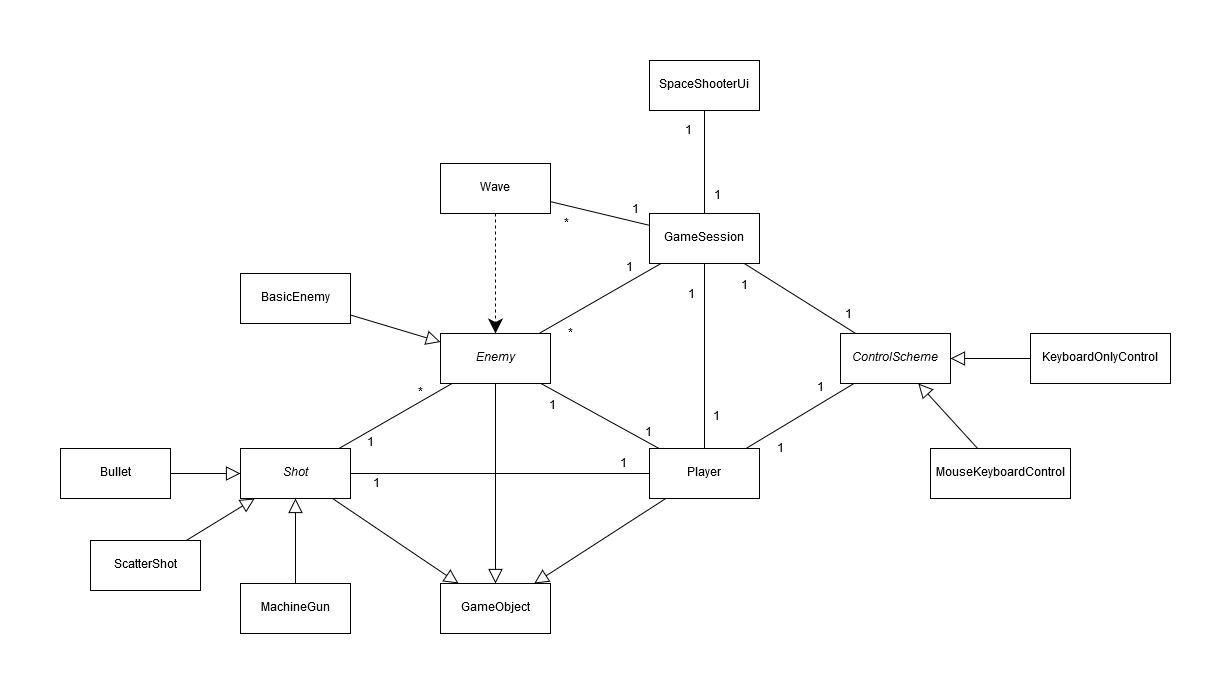
Above: dokumentaatio/kuvat/luokkakaavio.png in ikaevalko/ot-harjoitustyo (draw.io), before the change. Source tidied: cells renumbered, new cells last; positions are measured from the earlier drawing's top-left corner, leaving out a move shared by most shapes.
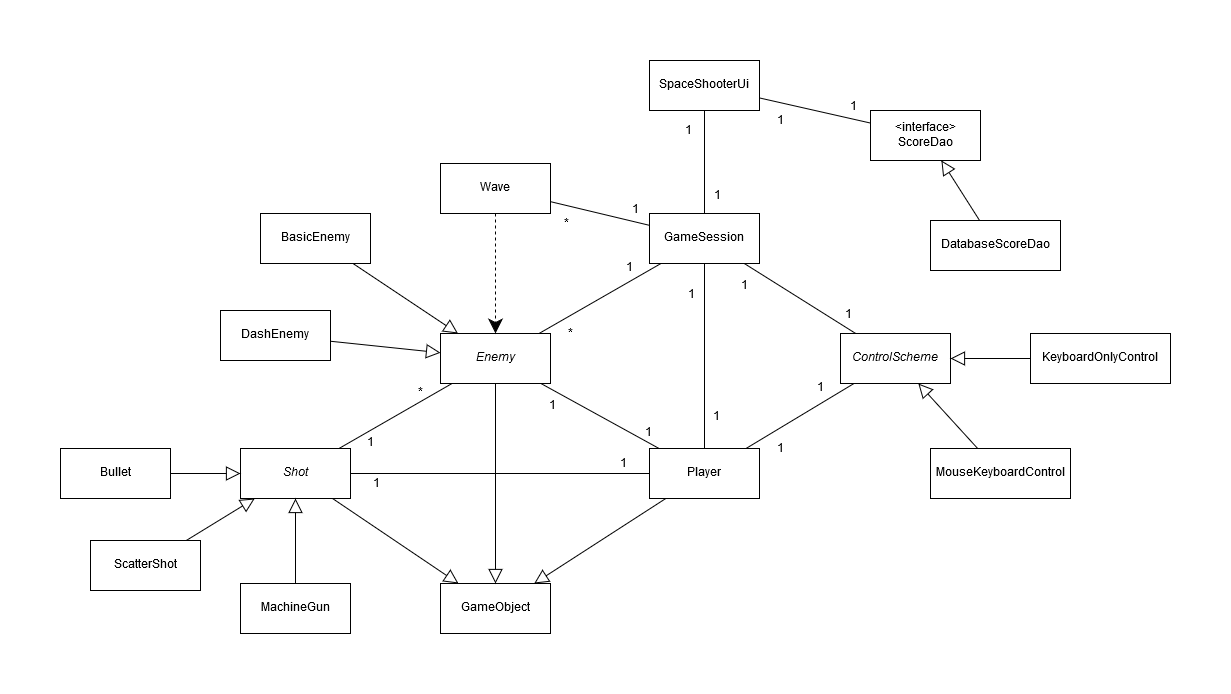
The same diagram one commit later.

Diff of the diagram source:
```diff
@@ -130,7 +130,7 @@
       <mxGeometry relative="1" as="geometry" />
     </mxCell>
     <mxCell id="35" value="&lt;div&gt;BasicEnemy&lt;/div&gt;" style="html=1;" parent="1" vertex="1">
-      <mxGeometry x="180" y="213" width="110" height="50" as="geometry" />
+      <mxGeometry x="200" y="153" width="110" height="50" as="geometry" />
     </mxCell>
     <mxCell id="36" style="edgeStyle=none;rounded=0;jettySize=auto;html=1;endArrow=block;endFill=0;endSize=12;" parent="1" edge="1" source="40" target="17">
       <mxGeometry relative="1" as="geometry" />
@@ -164,6 +164,19 @@
         <mxPoint x="-16" y="1" as="offset" />
       </mxGeometry>
     </mxCell>
+    <mxCell id="53" style="rounded=0;jettySize=auto;html=1;endArrow=none;endFill=0;" parent="1" edge="1" source="44" target="56">
+      <mxGeometry relative="1" as="geometry" />
+    </mxCell>
+    <mxCell id="54" value="1" style="text;html=1;align=center;verticalAlign=middle;labelBackgroundColor=#ffffff;" parent="53" vertex="1">
+      <mxGeometry x="-0.63" y="-3" relative="1" as="geometry">
+        <mxPoint x="1.2" y="15" as="offset" />
+      </mxGeometry>
+    </mxCell>
+    <mxCell id="55" value="1" style="text;html=1;align=center;verticalAlign=middle;labelBackgroundColor=#ffffff;" parent="53" vertex="1">
+      <mxGeometry x="0.49" y="-3" relative="1" as="geometry">
+        <mxPoint x="11.8" y="-12.1" as="offset" />
+      </mxGeometry>
+    </mxCell>
     <mxCell id="44" value="SpaceShooterUi" style="html=1;" parent="1" vertex="1">
       <mxGeometry x="589" width="110" height="50" as="geometry" />
     </mxCell>
@@ -191,5 +204,20 @@
     <mxCell id="52" value="MachineGun" style="html=1;" parent="1" vertex="1">
       <mxGeometry x="180" y="523" width="110" height="50" as="geometry" />
     </mxCell>
+    <mxCell id="56" value="&amp;lt;interface&amp;gt;&lt;br&gt;&lt;div&gt;ScoreDao&lt;/div&gt;" style="html=1;" parent="1" vertex="1">
+      <mxGeometry x="810" y="50" width="110" height="50" as="geometry" />
+    </mxCell>
+    <mxCell id="57" style="edgeStyle=none;rounded=0;jettySize=auto;html=1;endArrow=block;endFill=0;endSize=12;" parent="1" edge="1" source="58" target="33">
+      <mxGeometry relative="1" as="geometry" />
+    </mxCell>
+    <mxCell id="58" value="DashEnemy" style="html=1;" parent="1" vertex="1">
+      <mxGeometry x="160" y="250" width="110" height="50" as="geometry" />
+    </mxCell>
+    <mxCell id="59" style="edgeStyle=none;rounded=0;jettySize=auto;html=1;endArrow=block;endFill=0;endSize=12;" parent="1" edge="1" source="60" target="56">
+      <mxGeometry relative="1" as="geometry" />
+    </mxCell>
+    <mxCell id="60" value="DatabaseScoreDao" style="html=1;" parent="1" vertex="1">
+      <mxGeometry x="870" y="160" width="130" height="50" as="geometry" />
+    </mxCell>
   </root>
 </mxGraphModel>
```
